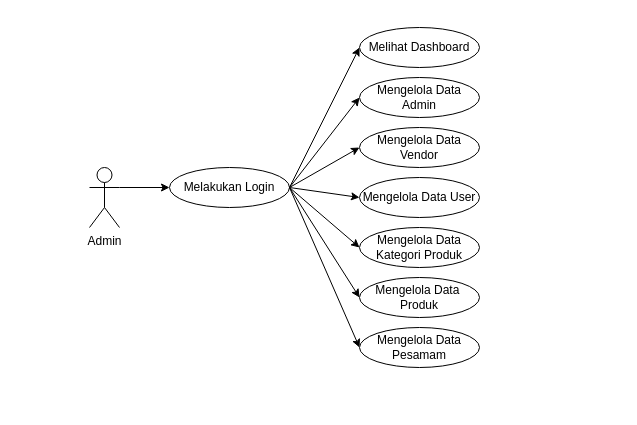
The draw.io diagram Use Case Diagram Admin.drawio in ardiansyah70/Repository-ridwan, before the edit. Source tidied: cells renumbered, new cells numbered last; positions are measured from the earlier drawing's top-left corner, leaving out a move shared by most shapes. Both pictures are drawn from the tidied source at 100%, with x=0, y=0 at pixel (89, 27).
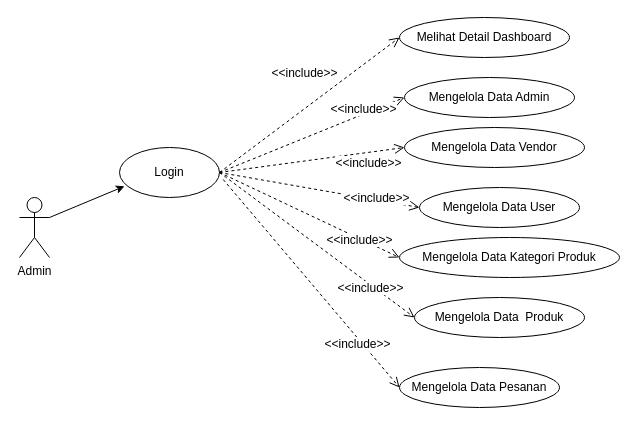
The same page after the edit.

Change to the diagram source:
```diff
@@
 <mxGraphModel>
   <root>
     <mxCell id="0" />
     <mxCell id="1" parent="0" />
     <mxCell id="2" value="Admin" style="shape=umlActor;verticalLabelPosition=bottom;verticalAlign=top;html=1;" parent="1" vertex="1">
-      <mxGeometry y="140" width="30" height="60" as="geometry" />
+      <mxGeometry x="-70" y="170" width="30" height="60" as="geometry" />
     </mxCell>
-    <mxCell id="3" style="endArrow=classic;html=1;exitX=1;exitY=0.3333333333333333;exitDx=0;exitDy=0;exitPerimeter=0;" parent="1" edge="1" source="2" target="4">
+    <mxCell id="3" style="endArrow=classic;html=1;entryX=0.05;entryY=0.775;entryDx=0;entryDy=0;entryPerimeter=0;exitX=1;exitY=0.3333333333333333;exitDx=0;exitDy=0;exitPerimeter=0;" parent="1" edge="1" source="2" target="4">
       <mxGeometry relative="1" as="geometry" />
     </mxCell>
-    <mxCell id="4" value="Melakukan Login" style="ellipse;whiteSpace=wrap;html=1;" parent="1" vertex="1">
-      <mxGeometry x="80" y="140" width="120" height="40" as="geometry" />
+    <mxCell id="4" value="Login" style="ellipse;whiteSpace=wrap;html=1;" parent="1" vertex="1">
+      <mxGeometry x="30" y="120" width="100" height="50" as="geometry" />
     </mxCell>
-    <mxCell id="5" style="endArrow=classic;html=1;exitX=1;exitY=0.5;exitDx=0;exitDy=0;entryX=0;entryY=0.5;entryDx=0;entryDy=0;" parent="1" edge="1" source="4" target="6">
-      <mxGeometry relative="1" as="geometry" />
-    </mxCell>
-    <mxCell id="6" value="Melihat Dashboard" style="ellipse;whiteSpace=wrap;html=1;" parent="1" vertex="1">
-      <mxGeometry x="270" width="120" height="40" as="geometry" />
+    <mxCell id="6" value="Melihat Detail Dashboard" style="ellipse;whiteSpace=wrap;html=1;" parent="1" vertex="1">
+      <mxGeometry x="310" y="-10" width="170" height="40" as="geometry" />
     </mxCell>
-    <mxCell id="7" style="endArrow=classic;html=1;exitX=1;exitY=0.5;exitDx=0;exitDy=0;entryX=0;entryY=0.5;entryDx=0;entryDy=0;" parent="1" edge="1" source="4" target="8">
-      <mxGeometry relative="1" as="geometry" />
-    </mxCell>
     <mxCell id="8" value="Mengelola Data Admin" style="ellipse;whiteSpace=wrap;html=1;" parent="1" vertex="1">
-      <mxGeometry x="270" y="50" width="120" height="40" as="geometry" />
+      <mxGeometry x="315" y="50" width="170" height="40" as="geometry" />
     </mxCell>
     <mxCell id="9" value="Mengelola Data Vendor" style="ellipse;whiteSpace=wrap;html=1;" parent="1" vertex="1">
-      <mxGeometry x="270" y="100" width="120" height="40" as="geometry" />
+      <mxGeometry x="315" y="100" width="180" height="40" as="geometry" />
     </mxCell>
+    <mxCell id="11" value="Mengelola Data User" style="ellipse;whiteSpace=wrap;html=1;" parent="1" vertex="1">
+      <mxGeometry x="330" y="160" width="160" height="40" as="geometry" />
+    </mxCell>
+    <mxCell id="14" value="Mengelola Data Kategori Produk" style="ellipse;whiteSpace=wrap;html=1;" parent="1" vertex="1">
+      <mxGeometry x="310" y="210" width="220" height="40" as="geometry" />
+    </mxCell>
+    <mxCell id="15" value="Mengelola Data&amp;nbsp; Produk" style="ellipse;whiteSpace=wrap;html=1;" parent="1" vertex="1">
+      <mxGeometry x="325" y="270" width="170" height="40" as="geometry" />
+    </mxCell>
+    <mxCell id="18" value="Mengelola Data Pesanan" style="ellipse;whiteSpace=wrap;html=1;" parent="1" vertex="1">
+      <mxGeometry x="310" y="340" width="160" height="40" as="geometry" />
+    </mxCell>
+    <mxCell id="5" value="&amp;lt;&amp;lt;include&amp;gt;&amp;gt;" style="html=1;verticalAlign=bottom;endArrow=open;dashed=1;endSize=8;fontSize=12;exitX=1;exitY=0.5;exitDx=0;exitDy=0;entryX=0;entryY=0.5;entryDx=0;entryDy=0;" parent="1" edge="1" source="4" target="6">
+      <mxGeometry x="0.08" y="21" relative="1" as="geometry" />
+    </mxCell>
+    <mxCell id="7" value="&amp;lt;&amp;lt;include&amp;gt;&amp;gt;" style="html=1;verticalAlign=bottom;endArrow=open;dashed=1;endSize=8;fontSize=12;exitX=1;exitY=0.5;exitDx=0;exitDy=0;entryX=0;entryY=0.5;entryDx=0;entryDy=0;" parent="1" edge="1" source="4" target="8">
+      <mxGeometry x="0.54" y="-4" relative="1" as="geometry" />
+    </mxCell>
-    <mxCell id="10" style="endArrow=classic;html=1;entryX=0;entryY=0.5;entryDx=0;entryDy=0;exitX=1;exitY=0.5;exitDx=0;exitDy=0;" parent="1" edge="1" source="4" target="9">
-      <mxGeometry relative="1" as="geometry" />
+    <mxCell id="10" value="&amp;lt;&amp;lt;include&amp;gt;&amp;gt;" style="html=1;verticalAlign=bottom;endArrow=open;dashed=1;endSize=8;fontSize=12;exitX=1;exitY=0.5;exitDx=0;exitDy=0;entryX=0;entryY=0.5;entryDx=0;entryDy=0;" parent="1" edge="1" source="4" target="9">
+      <mxGeometry x="0.59" y="-20" relative="1" as="geometry" />
     </mxCell>
-    <mxCell id="11" value="Mengelola Data User" style="ellipse;whiteSpace=wrap;html=1;" parent="1" vertex="1">
-      <mxGeometry x="270" y="150" width="120" height="40" as="geometry" />
-    </mxCell>
-    <mxCell id="12" style="endArrow=classic;html=1;entryX=0;entryY=0.5;entryDx=0;entryDy=0;exitX=1;exitY=0.5;exitDx=0;exitDy=0;" parent="1" edge="1" source="4" target="11">
-      <mxGeometry relative="1" as="geometry" />
+    <mxCell id="12" value="&amp;lt;&amp;lt;include&amp;gt;&amp;gt;" style="html=1;verticalAlign=bottom;endArrow=open;dashed=1;endSize=8;fontSize=12;exitX=1;exitY=0.5;exitDx=0;exitDy=0;entryX=0;entryY=0.5;entryDx=0;entryDy=0;" parent="1" edge="1" source="4" target="11">
+      <mxGeometry x="0.59" y="-7" relative="1" as="geometry" />
     </mxCell>
-    <mxCell id="13" style="endArrow=classic;html=1;entryX=0;entryY=0.5;entryDx=0;entryDy=0;exitX=1;exitY=0.5;exitDx=0;exitDy=0;" parent="1" edge="1" source="4" target="14">
-      <mxGeometry relative="1" as="geometry" />
+    <mxCell id="13" value="&amp;lt;&amp;lt;include&amp;gt;&amp;gt;" style="html=1;verticalAlign=bottom;endArrow=open;dashed=1;endSize=8;fontSize=12;exitX=1;exitY=0.5;exitDx=0;exitDy=0;entryX=0;entryY=0.5;entryDx=0;entryDy=0;" parent="1" edge="1" source="4" target="14">
+      <mxGeometry x="0.61" y="-10" relative="1" as="geometry" />
     </mxCell>
-    <mxCell id="14" value="Mengelola Data Kategori Produk" style="ellipse;whiteSpace=wrap;html=1;" parent="1" vertex="1">
-      <mxGeometry x="270" y="200" width="120" height="40" as="geometry" />
-    </mxCell>
-    <mxCell id="15" value="Mengelola Data&amp;nbsp; Produk" style="ellipse;whiteSpace=wrap;html=1;" parent="1" vertex="1">
-      <mxGeometry x="270" y="250" width="120" height="40" as="geometry" />
-    </mxCell>
-    <mxCell id="16" style="endArrow=classic;html=1;entryX=0;entryY=0.5;entryDx=0;entryDy=0;exitX=1;exitY=0.5;exitDx=0;exitDy=0;" parent="1" edge="1" source="4" target="15">
-      <mxGeometry relative="1" as="geometry" />
+    <mxCell id="16" value="&amp;lt;&amp;lt;include&amp;gt;&amp;gt;" style="html=1;verticalAlign=bottom;endArrow=open;dashed=1;endSize=8;fontSize=12;exitX=1;exitY=0.5;exitDx=0;exitDy=0;entryX=0;entryY=0.5;entryDx=0;entryDy=0;" parent="1" edge="1" source="4" target="15">
+      <mxGeometry x="0.61" y="-10" relative="1" as="geometry" />
     </mxCell>
-    <mxCell id="17" style="endArrow=classic;html=1;entryX=0;entryY=0.5;entryDx=0;entryDy=0;exitX=1;exitY=0.5;exitDx=0;exitDy=0;" parent="1" edge="1" source="4" target="18">
-      <mxGeometry relative="1" as="geometry" />
+    <mxCell id="17" value="&amp;lt;&amp;lt;include&amp;gt;&amp;gt;" style="html=1;verticalAlign=bottom;endArrow=open;dashed=1;endSize=8;fontSize=12;exitX=1.037;exitY=0.64;exitDx=0;exitDy=0;entryX=0;entryY=0.5;entryDx=0;entryDy=0;exitPerimeter=0;" parent="1" edge="1" source="4" target="18">
+      <mxGeometry x="0.61" y="-10" relative="1" as="geometry" />
     </mxCell>
-    <mxCell id="18" value="Mengelola Data Pesamam" style="ellipse;whiteSpace=wrap;html=1;" parent="1" vertex="1">
-      <mxGeometry x="270" y="300" width="120" height="40" as="geometry" />
-    </mxCell>
   </root>
 </mxGraphModel>
```
